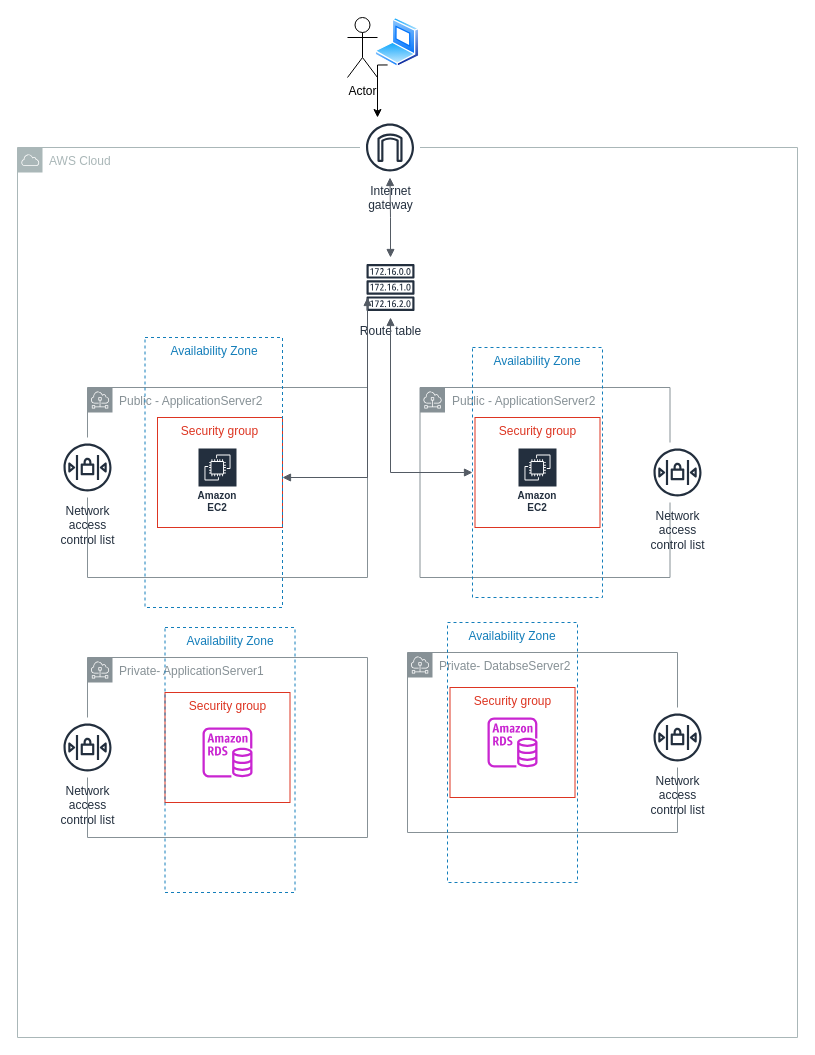
Earlier version of the draw.io diagram aws vpc.drawio (emtiazchowdhury/DemoPortfolioApp). Source tidied: cells renumbered, new cells numbered last; positions are measured from the earlier drawing's top-left corner, leaving out a move shared by most shapes. Both pictures are drawn from the tidied source at 100%, with x=0, y=0 at pixel (17, 17).
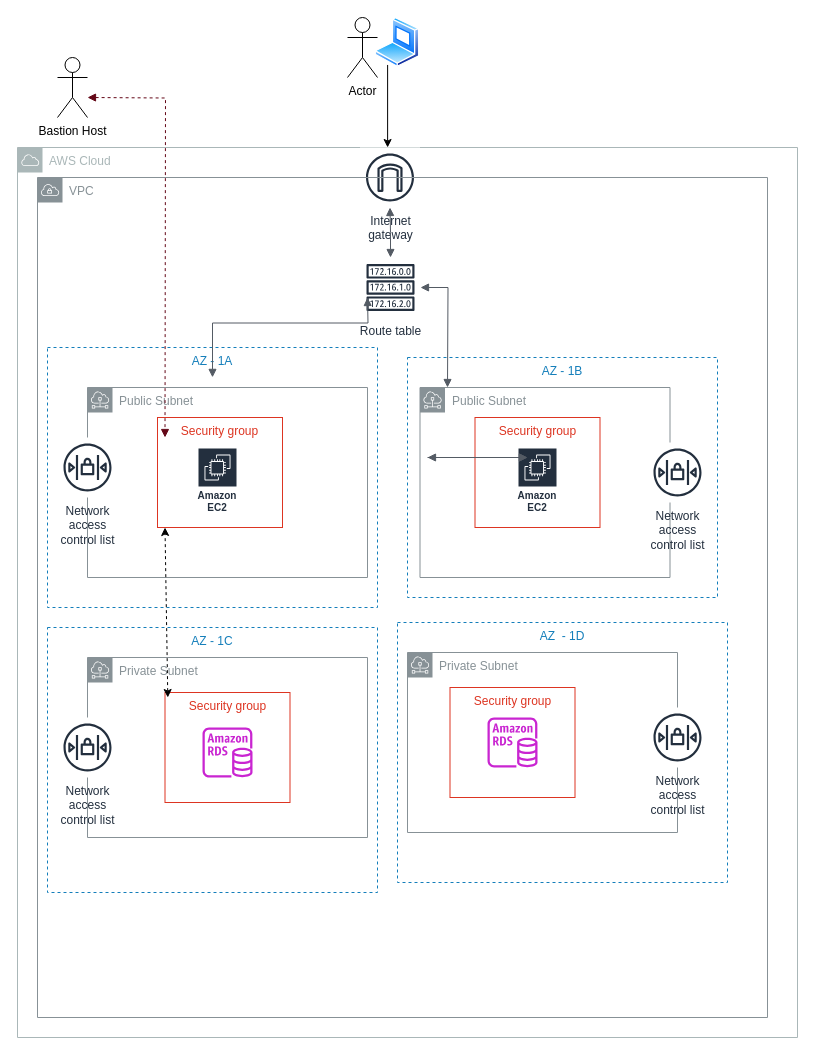
After the change.

Unchanged cells that the change refers to:
```xml
<mxCell id="11" style="image;perimeter=ellipsePerimeter;html=1;align=center;shadow=0;dashed=0;spacingTop=3;image=img/lib/active_directory/laptop_client.svg;" parent="1" vertex="1">
  <mxGeometry x="357.5" width="45" height="50" as="geometry" />
</mxCell>
<mxCell id="27" value="Route table" style="sketch=0;outlineConnect=0;fontColor=#232F3E;gradientColor=none;strokeColor=#232F3E;fillColor=#ffffff;dashed=0;verticalLabelPosition=bottom;verticalAlign=top;align=center;html=1;fontSize=12;fontStyle=0;shape=mxgraph.aws4.resourceIcon;resIcon=mxgraph.aws4.route_table;" parent="1" vertex="1">
  <mxGeometry x="343" y="240" width="60" height="60" as="geometry" />
</mxCell>
```

Change to the diagram source:
```diff
@@
+    <mxCell id="25" value="AZ&amp;nbsp; - 1D" style="fillColor=none;strokeColor=#147EBA;dashed=1;verticalAlign=top;fontStyle=0;fontColor=#147EBA;whiteSpace=wrap;html=1;" parent="1" vertex="1">
+      <mxGeometry x="380" y="605" width="330" height="260" as="geometry" />
+    </mxCell>
+    <mxCell id="24" value="AZ - 1B" style="fillColor=none;strokeColor=#147EBA;dashed=1;verticalAlign=top;fontStyle=0;fontColor=#147EBA;whiteSpace=wrap;html=1;" parent="1" vertex="1">
+      <mxGeometry x="390" y="340" width="310" height="240" as="geometry" />
+    </mxCell>
+    <mxCell id="23" value="AZ - 1A" style="fillColor=none;strokeColor=#147EBA;dashed=1;verticalAlign=top;fontStyle=0;fontColor=#147EBA;whiteSpace=wrap;html=1;" parent="1" vertex="1">
+      <mxGeometry x="30" y="330" width="330" height="260" as="geometry" />
+    </mxCell>
+    <mxCell id="26" value="AZ - 1C" style="fillColor=none;strokeColor=#147EBA;dashed=1;verticalAlign=top;fontStyle=0;fontColor=#147EBA;whiteSpace=wrap;html=1;" parent="1" vertex="1">
+      <mxGeometry x="30" y="610" width="330" height="265" as="geometry" />
+    </mxCell>
-    <mxCell id="3" value="Public - ApplicationServer2" style="sketch=0;gradientColor=none;html=1;whiteSpace=wrap;fontSize=12;fontStyle=0;shape=mxgraph.aws4.group;grIcon=mxgraph.aws4.group_subnet;strokeColor=#879196;fillColor=none;verticalAlign=top;align=left;spacingLeft=30;fontColor=#879196;dashed=0;" parent="1" vertex="1">
+    <mxCell id="3" value="Public Subnet" style="sketch=0;gradientColor=none;html=1;whiteSpace=wrap;fontSize=12;fontStyle=0;shape=mxgraph.aws4.group;grIcon=mxgraph.aws4.group_subnet;strokeColor=#879196;fillColor=none;verticalAlign=top;align=left;spacingLeft=30;fontColor=#879196;dashed=0;" parent="1" vertex="1">
       <mxGeometry x="402.5" y="370" width="250" height="190" as="geometry" />
     </mxCell>
-    <mxCell id="4" value="Private- ApplicationServer1" style="sketch=0;gradientColor=none;html=1;whiteSpace=wrap;fontSize=12;fontStyle=0;shape=mxgraph.aws4.group;grIcon=mxgraph.aws4.group_subnet;strokeColor=#879196;fillColor=none;verticalAlign=top;align=left;spacingLeft=30;fontColor=#879196;dashed=0;" parent="1" vertex="1">
+    <mxCell id="4" value="Private Subnet" style="sketch=0;gradientColor=none;html=1;whiteSpace=wrap;fontSize=12;fontStyle=0;shape=mxgraph.aws4.group;grIcon=mxgraph.aws4.group_subnet;strokeColor=#879196;fillColor=none;verticalAlign=top;align=left;spacingLeft=30;fontColor=#879196;dashed=0;" parent="1" vertex="1">
       <mxGeometry x="70" y="640" width="280" height="180" as="geometry" />
     </mxCell>
-    <mxCell id="5" value="Private- DatabseServer2" style="sketch=0;gradientColor=none;html=1;whiteSpace=wrap;fontSize=12;fontStyle=0;shape=mxgraph.aws4.group;grIcon=mxgraph.aws4.group_subnet;strokeColor=#879196;fillColor=none;verticalAlign=top;align=left;spacingLeft=30;fontColor=#879196;dashed=0;" parent="1" vertex="1">
+    <mxCell id="5" value="Private Subnet" style="sketch=0;gradientColor=none;html=1;whiteSpace=wrap;fontSize=12;fontStyle=0;shape=mxgraph.aws4.group;grIcon=mxgraph.aws4.group_subnet;strokeColor=#879196;fillColor=none;verticalAlign=top;align=left;spacingLeft=30;fontColor=#879196;dashed=0;" parent="1" vertex="1">
       <mxGeometry x="390" y="635" width="270" height="180" as="geometry" />
     </mxCell>
@@
     <mxCell id="10" style="edgeStyle=orthogonalEdgeStyle;rounded=0;jettySize=auto;html=1;exitX=0.25;exitY=1;exitDx=0;exitDy=0;" parent="1" edge="1" source="11" target="12">
       <mxGeometry relative="1" as="geometry">
         <Array as="points">
-          <mxPoint x="360" y="48" />
+          <mxPoint x="370" y="130" />
+          <mxPoint x="370" y="130" />
         </Array>
       </mxGeometry>
     </mxCell>
@@
     <mxCell id="12" value="Internet&#10;gateway" style="sketch=0;outlineConnect=0;fontColor=#232F3E;gradientColor=none;strokeColor=#232F3E;fillColor=#ffffff;dashed=0;verticalLabelPosition=bottom;verticalAlign=top;align=center;html=1;fontSize=12;fontStyle=0;shape=mxgraph.aws4.resourceIcon;resIcon=mxgraph.aws4.internet_gateway;" parent="1" vertex="1">
-      <mxGeometry x="342.5" y="100" width="60" height="60" as="geometry" />
+      <mxGeometry x="342.5" y="130" width="60" height="60" as="geometry" />
     </mxCell>
-    <mxCell id="13" value="Public - ApplicationServer2" style="sketch=0;gradientColor=none;html=1;whiteSpace=wrap;fontSize=12;fontStyle=0;shape=mxgraph.aws4.group;grIcon=mxgraph.aws4.group_subnet;strokeColor=#879196;fillColor=none;verticalAlign=top;align=left;spacingLeft=30;fontColor=#879196;dashed=0;" parent="1" vertex="1">
+    <mxCell id="13" value="Public Subnet" style="sketch=0;gradientColor=none;html=1;whiteSpace=wrap;fontSize=12;fontStyle=0;shape=mxgraph.aws4.group;grIcon=mxgraph.aws4.group_subnet;strokeColor=#879196;fillColor=none;verticalAlign=top;align=left;spacingLeft=30;fontColor=#879196;dashed=0;" parent="1" vertex="1">
       <mxGeometry x="70" y="370" width="280" height="190" as="geometry" />
     </mxCell>
@@
-    <mxCell id="23" value="Availability Zone" style="fillColor=none;strokeColor=#147EBA;dashed=1;verticalAlign=top;fontStyle=0;fontColor=#147EBA;whiteSpace=wrap;html=1;" parent="1" vertex="1">
-      <mxGeometry x="127.5" y="320" width="137.5" height="270" as="geometry" />
-    </mxCell>
-    <mxCell id="24" value="Availability Zone" style="fillColor=none;strokeColor=#147EBA;dashed=1;verticalAlign=top;fontStyle=0;fontColor=#147EBA;whiteSpace=wrap;html=1;" parent="1" vertex="1">
-      <mxGeometry x="455" y="330" width="130" height="250" as="geometry" />
-    </mxCell>
-    <mxCell id="25" value="Availability Zone" style="fillColor=none;strokeColor=#147EBA;dashed=1;verticalAlign=top;fontStyle=0;fontColor=#147EBA;whiteSpace=wrap;html=1;" parent="1" vertex="1">
-      <mxGeometry x="430" y="605" width="130" height="260" as="geometry" />
-    </mxCell>
-    <mxCell id="26" value="Availability Zone" style="fillColor=none;strokeColor=#147EBA;dashed=1;verticalAlign=top;fontStyle=0;fontColor=#147EBA;whiteSpace=wrap;html=1;" parent="1" vertex="1">
-      <mxGeometry x="147.5" y="610" width="130" height="265" as="geometry" />
-    </mxCell>
@@
-    <mxCell id="29" style="edgeStyle=orthogonalEdgeStyle;html=1;endArrow=block;elbow=vertical;startArrow=block;startFill=1;endFill=1;strokeColor=#545B64;rounded=0;" parent="1" edge="1" source="23">
+    <mxCell id="29" style="edgeStyle=orthogonalEdgeStyle;html=1;endArrow=block;elbow=vertical;startArrow=block;startFill=1;endFill=1;strokeColor=#545B64;rounded=0;exitX=0.5;exitY=0.115;exitDx=0;exitDy=0;exitPerimeter=0;" parent="1" edge="1" source="23">
       <mxGeometry relative="1" as="geometry">
         <mxPoint x="350" y="280" as="targetPoint" />
-        <Array as="points">
-          <mxPoint x="350" y="460" />
-        </Array>
       </mxGeometry>
     </mxCell>
-    <mxCell id="30" style="edgeStyle=orthogonalEdgeStyle;html=1;endArrow=block;elbow=vertical;startArrow=block;startFill=1;endFill=1;strokeColor=#545B64;rounded=0;" parent="1" edge="1" source="27" target="24">
-      <mxGeometry relative="1" as="geometry">
-        <Array as="points">
-          <mxPoint x="373" y="455" />
-        </Array>
-      </mxGeometry>
-    </mxCell>
+    <mxCell id="31" style="edgeStyle=orthogonalEdgeStyle;html=1;endArrow=block;elbow=vertical;startArrow=block;startFill=1;endFill=1;strokeColor=#545B64;rounded=0;" parent="1" edge="1" source="27">
+      <mxGeometry relative="1" as="geometry">
+        <mxPoint x="430" y="370" as="targetPoint" />
+      </mxGeometry>
+    </mxCell>
+    <mxCell id="32" value="VPC" style="sketch=0;gradientColor=none;html=1;whiteSpace=wrap;fontSize=12;fontStyle=0;shape=mxgraph.aws4.group;grIcon=mxgraph.aws4.group_vpc;strokeColor=#879196;fillColor=none;verticalAlign=top;align=left;spacingLeft=30;fontColor=#879196;dashed=0;" parent="1" vertex="1">
+      <mxGeometry x="20" y="160" width="730" height="840" as="geometry" />
+    </mxCell>
+    <mxCell id="33" style="endArrow=classic;startArrow=classic;html=1;rounded=0;exitX=0.247;exitY=0.619;exitDx=0;exitDy=0;exitPerimeter=0;dashed=1;" parent="1" edge="1">
+      <mxGeometry relative="1" as="geometry">
+        <mxPoint x="150.3" y="680" as="sourcePoint" />
+        <mxPoint x="147.5" y="510" as="targetPoint" />
+      </mxGeometry>
+    </mxCell>
+    <mxCell id="34" value="Bastion Host" style="shape=umlActor;html=1;verticalLabelPosition=bottom;verticalAlign=top;align=center;" parent="1" vertex="1">
+      <mxGeometry x="40" y="40" width="30" height="60" as="geometry" />
+    </mxCell>
+    <mxCell id="35" style="edgeStyle=orthogonalEdgeStyle;html=1;endArrow=block;elbow=vertical;startArrow=none;endFill=1;strokeColor=#545B64;rounded=0;" parent="1" edge="1">
+      <mxGeometry relative="1" as="geometry">
+        <mxPoint x="410" y="440" as="sourcePoint" />
+        <mxPoint x="510" y="440" as="targetPoint" />
+      </mxGeometry>
+    </mxCell>
+    <mxCell id="36" style="edgeStyle=orthogonalEdgeStyle;html=1;endArrow=block;elbow=vertical;startArrow=block;startFill=1;endFill=1;strokeColor=#545B64;rounded=0;" parent="1" edge="1">
+      <mxGeometry relative="1" as="geometry">
+        <mxPoint x="410" y="440" as="sourcePoint" />
+        <mxPoint x="510" y="440" as="targetPoint" />
+      </mxGeometry>
+    </mxCell>
+    <mxCell id="37" style="edgeStyle=orthogonalEdgeStyle;html=1;endArrow=block;elbow=vertical;startArrow=block;startFill=1;endFill=1;strokeColor=#640717;rounded=0;dashed=1;" parent="1" edge="1">
+      <mxGeometry relative="1" as="geometry">
+        <mxPoint x="70" y="80" as="sourcePoint" />
+        <mxPoint x="147.5" y="420" as="targetPoint" />
+      </mxGeometry>
+    </mxCell>
```
